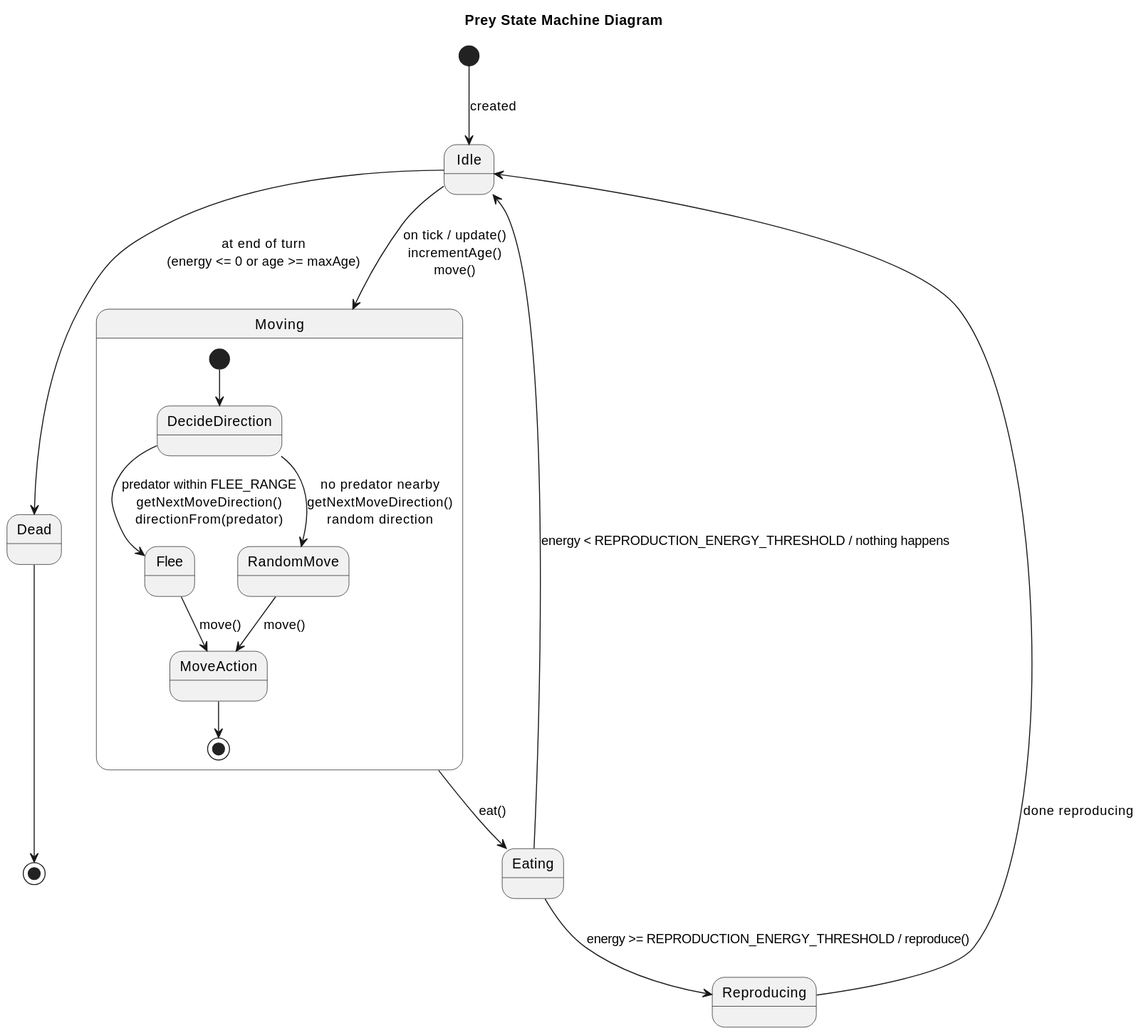
The PlantUML diagram diagrams/svg/prey_state_machine_diagram.svg in szycic/wild-loop, before a commit. Its diagram source:
```plantuml
@startuml
title Prey State Machine Diagram

[*] --> Idle : created

Idle --> Moving : on tick / update()\nincrementAge()\nmove()

state Moving {
    [*] --> DecideDirection
    DecideDirection --> Flee : predator within FLEE_RANGE\ngetNextMoveDirection()\ndirectionFrom(predator)
    DecideDirection --> RandomMove : no predator nearby\ngetNextMoveDirection()\nrandom direction
    Flee --> MoveAction : move()
    RandomMove --> MoveAction : move()
    MoveAction --> [*]
}

Moving --> Eating : eat()
Eating --> Reproducing : energy >= REPRODUCTION_ENERGY_THRESHOLD / reproduce()
Eating --> Idle : energy < REPRODUCTION_ENERGY_THRESHOLD / nothing happens
Reproducing --> Idle : done reproducing

Idle --> Dead : at end of turn\n(energy <= 0 or age >= maxAge)

Dead --> [*]
@enduml
```
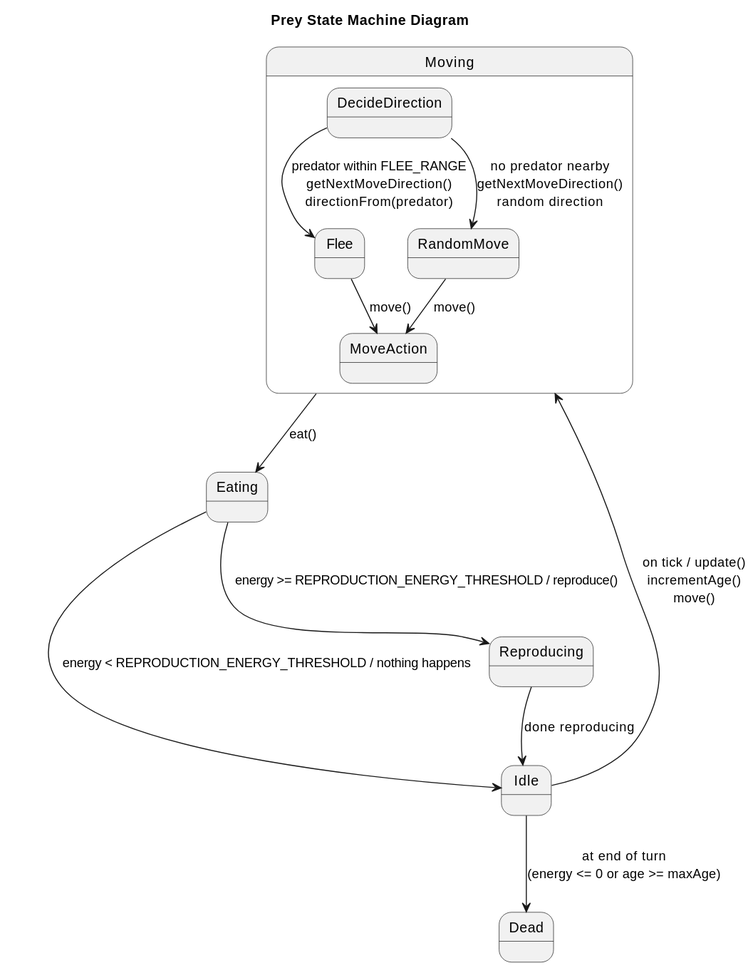
After the commit.

Commit message:
Update state machine diagrams

Change to the diagram source:
```diff
@@ -1,17 +1,13 @@
 @startuml
 title Prey State Machine Diagram
-
-[*] --> Idle : created
 
 Idle --> Moving : on tick / update()\nincrementAge()\nmove()
 
 state Moving {
-    [*] --> DecideDirection
     DecideDirection --> Flee : predator within FLEE_RANGE\ngetNextMoveDirection()\ndirectionFrom(predator)
     DecideDirection --> RandomMove : no predator nearby\ngetNextMoveDirection()\nrandom direction
     Flee --> MoveAction : move()
     RandomMove --> MoveAction : move()
-    MoveAction --> [*]
 }
 
 Moving --> Eating : eat()
@@ -20,6 +16,4 @@
 Reproducing --> Idle : done reproducing
 
 Idle --> Dead : at end of turn\n(energy <= 0 or age >= maxAge)
-
-Dead --> [*]
 @enduml
```
